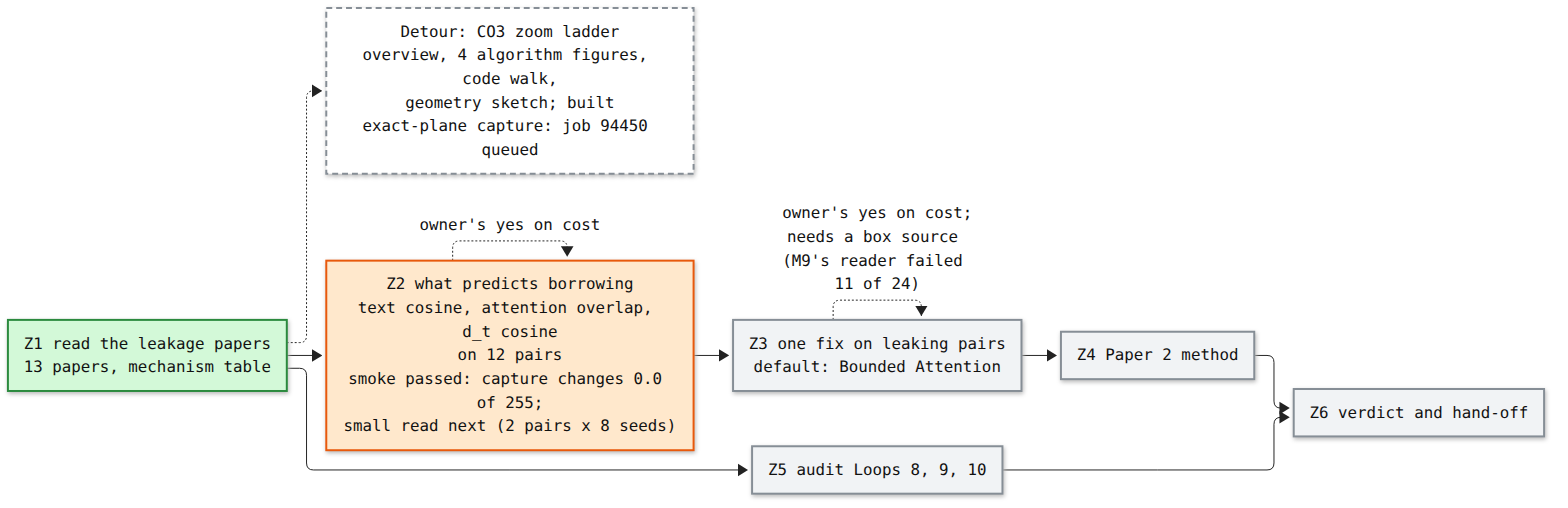
The Mermaid diagram artifacts/notes/progress/leakage/loop-12-progress.png in mo-rsa24/concept-composition, before a commit. Its source is kept beside it as artifacts/notes/progress/leakage/loop-12-progress.mmd.
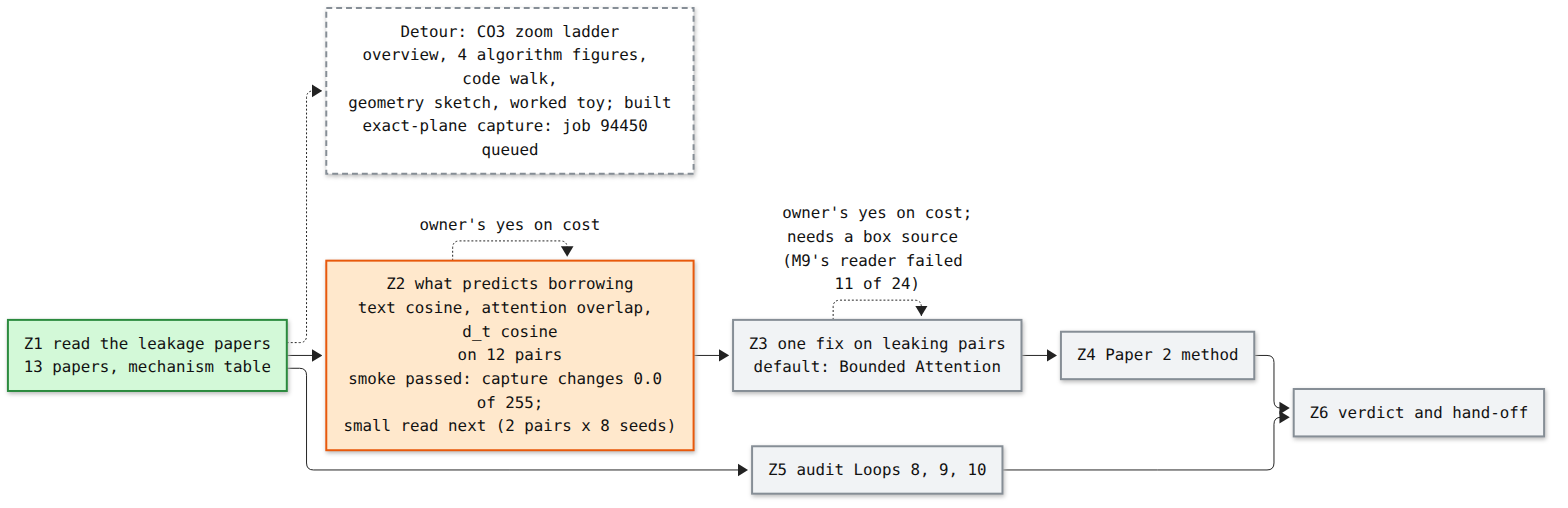
Later version of the same file.

Commit message:
Loop 12 map: worked toy added to the ladder detour

The edit, as a diff of the source:
```diff
@@ -6,7 +6,7 @@
   Z4["Z4 Paper 2 method"]:::todo
   Z5["Z5 audit Loops 8, 9, 10"]:::todo
   Z6["Z6 verdict and hand-off"]:::todo
-  LAD["Detour: CO3 zoom ladder<br/>overview, 4 algorithm figures, code walk,<br/>geometry sketch; built<br/>exact-plane capture: job 94450 queued"]:::detour
+  LAD["Detour: CO3 zoom ladder<br/>overview, 4 algorithm figures, code walk,<br/>geometry sketch, worked toy; built<br/>exact-plane capture: job 94450 queued"]:::detour
   Z1 -.-> LAD
   Z1 --> Z2 --> Z3 --> Z4 --> Z6
   Z1 --> Z5 --> Z6
```
